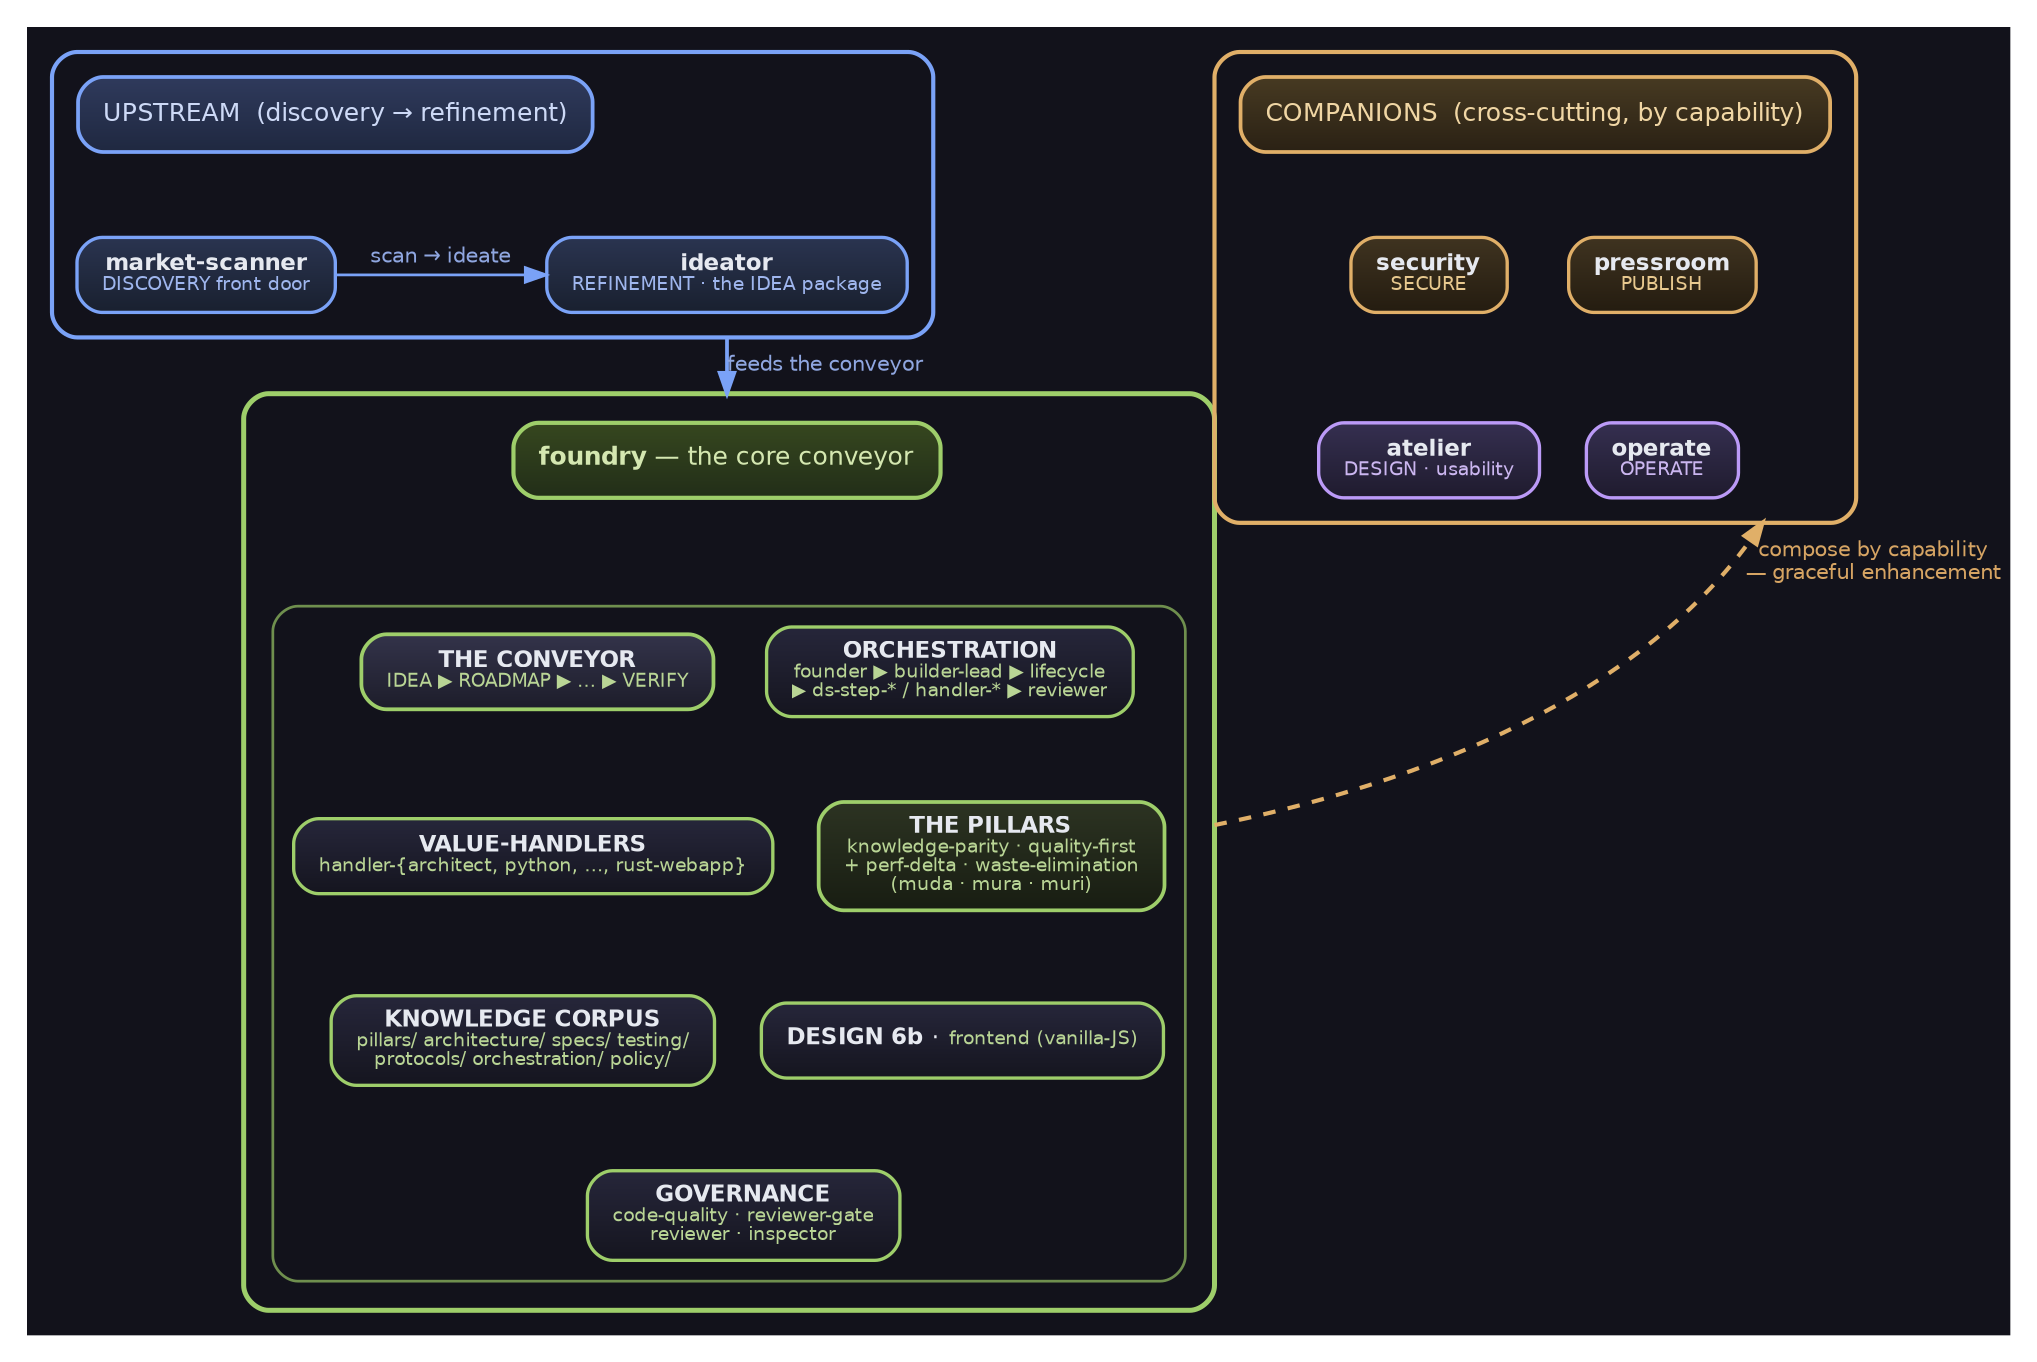
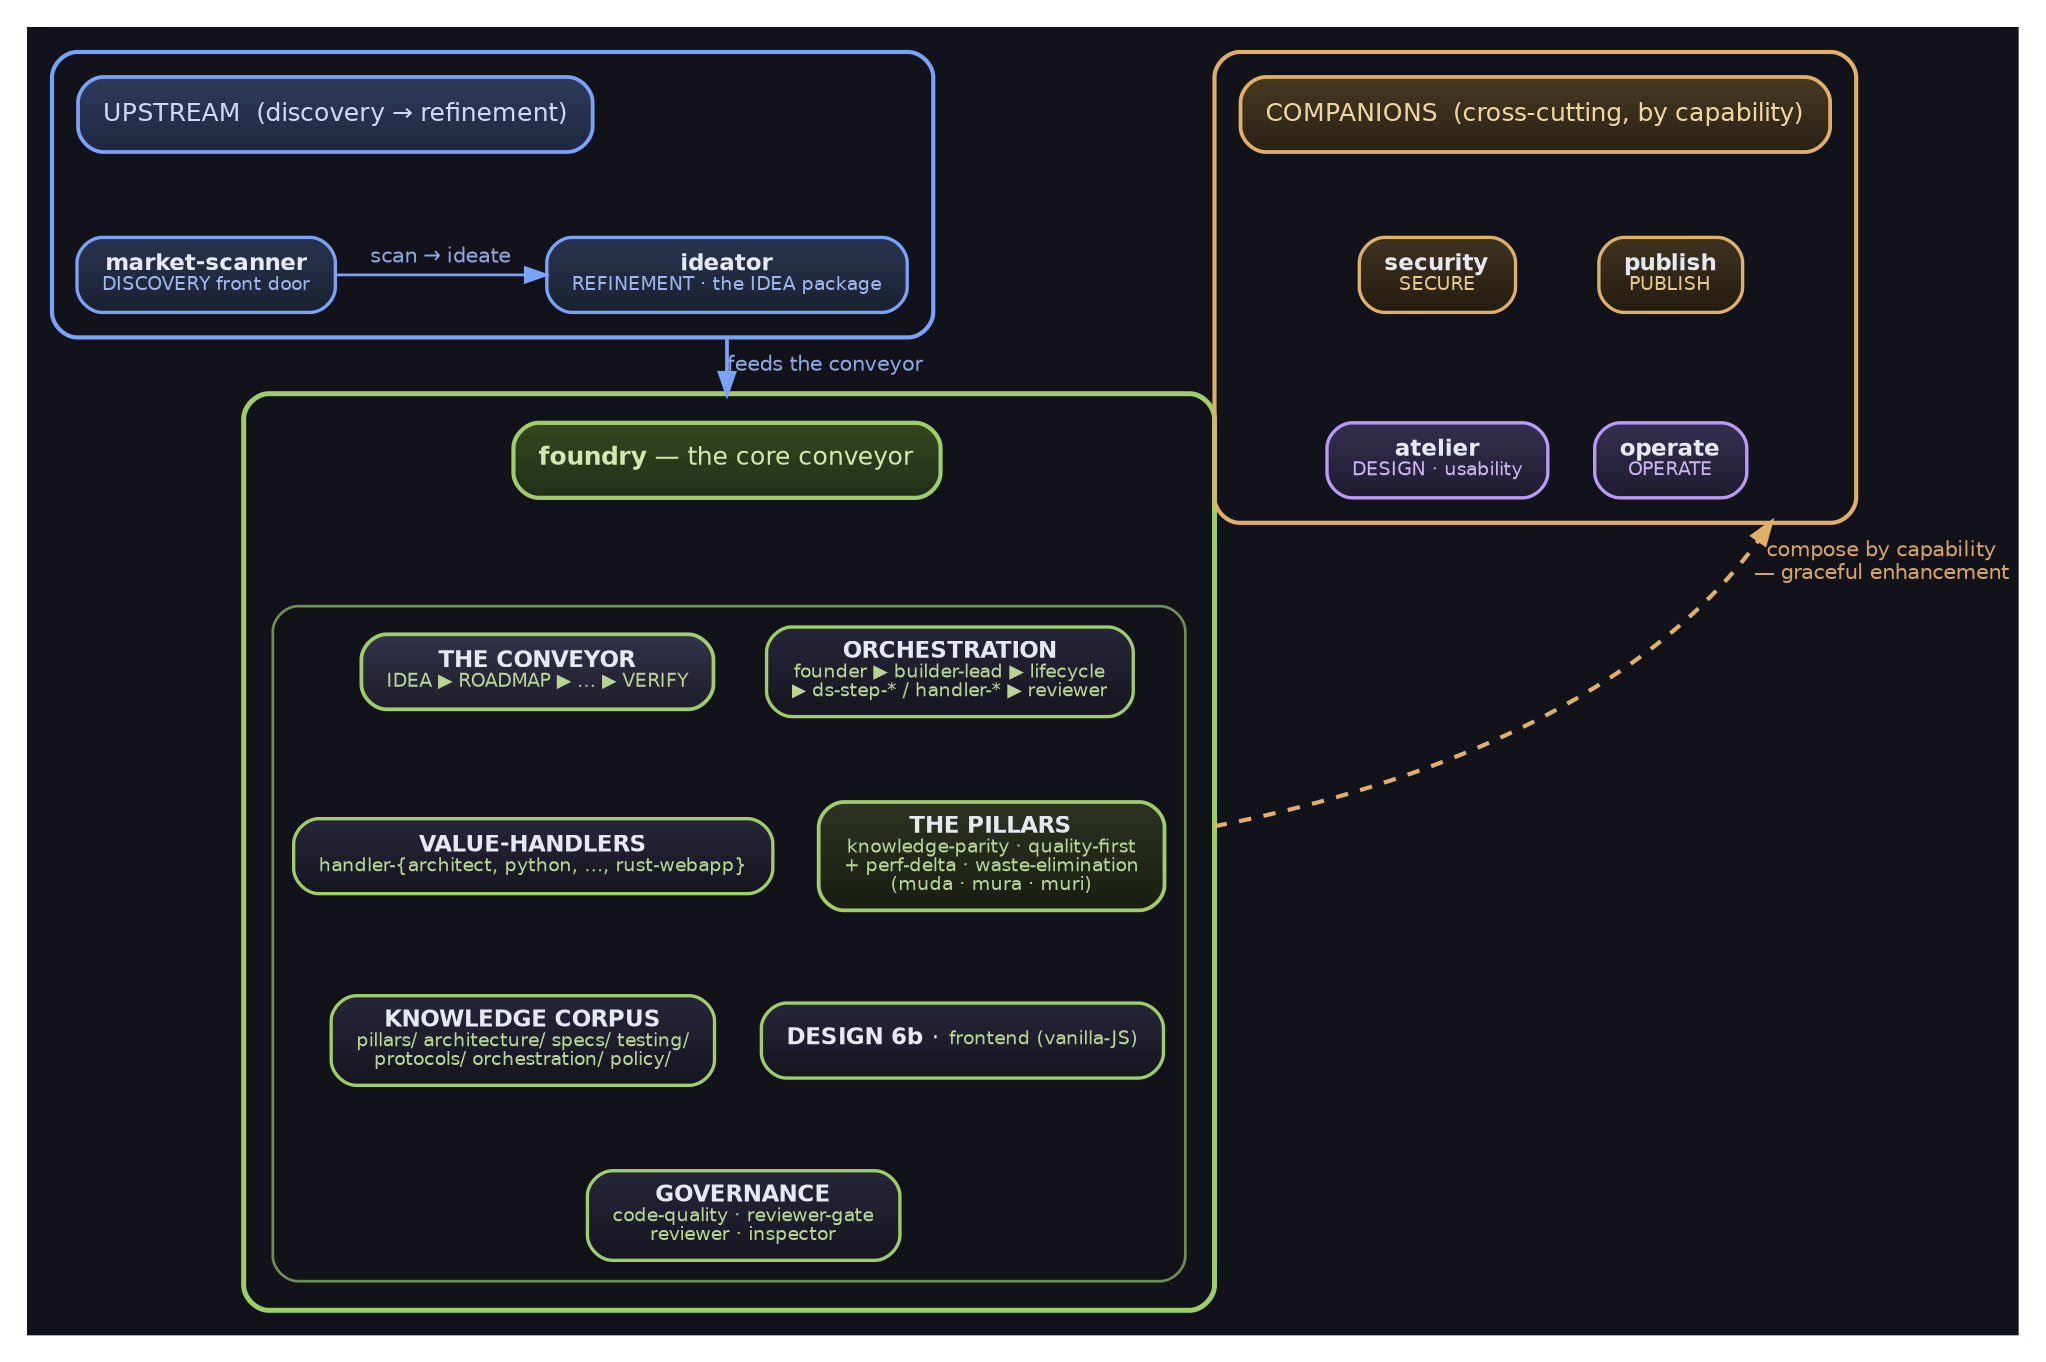
digraph DomainArchB {
  bgcolor="#12121b"
  rankdir=TB
  compound=true
  newrank=true
  nodesep=0.30
  ranksep=0.55
  margin=0.18
  fontname="DejaVu Sans"

  // node default carries a top-lit vertical gradient (lighter top → darker bottom) so every
  // filled box reads as a raised plate (graphviz-native depth; gradientangle=270 = top→bottom).
  node [shape=box, style="filled,rounded", fillcolor="#26263a:#15151f", gradientangle=270,
        color="#9aa2c0", fontcolor="#e6e9f0", fontname="DejaVu Sans", fontsize=11,
        penwidth=1.6, margin="0.16,0.10"]
  edge [color="#9aa2c0", fontcolor="#b8bed0", fontname="DejaVu Sans",
        fontsize=10, penwidth=1.3]

  // Cluster titles ride ON a filled accent chip so the cluster NAME clears BOTH
  // grounds (a plain cluster label on transparent ground washes out on white).

  // ================= UPSTREAM lane (top) =================
  subgraph cluster_upstream {
    label=""
    style="rounded"; color="#7aa2f7"; penwidth=2.0; bgcolor="transparent"; margin=12

    up_title [label="UPSTREAM  (discovery → refinement)", shape=box,
              style="filled,rounded", fillcolor="#2f3a5c:#1f2840", color="#7aa2f7",
              fontcolor="#cdd9f6", fontsize=12, penwidth=1.8]
    scanner [label=<<b>market-scanner</b><br/><font point-size="9" color="#9fb6ee">DISCOVERY front door</font>>,
             fillcolor="#2a3450:#19202f", color="#7aa2f7"]
    ideator [label=<<b>ideator</b><br/><font point-size="9" color="#9fb6ee">REFINEMENT &middot; the IDEA package</font>>,
             fillcolor="#2a3450:#19202f", color="#7aa2f7"]

    // scan → ideate: market-scanner LEFT, ideator RIGHT, arrow points right (reading order)
    { rank=same; scanner; ideator }
    up_title -> scanner [style=invis]
    scanner -> ideator [label="  scan → ideate  ", fontcolor="#8fa6e0", color="#7aa2f7",
                        weight=20]
  }

  // ================= CORE foundry (middle) =================
  subgraph cluster_core {
    label=""
    style="rounded"; color="#9ece6a"; penwidth=2.4; bgcolor="transparent"; margin=14

    core_title [label=<<b>foundry</b> &mdash; the core conveyor>, shape=box,
                style="filled,rounded", fillcolor="#36471f:#222e18", color="#9ece6a",
                fontcolor="#d4e7b0", fontsize=12, penwidth=2.0]

    subgraph cluster_core_cells {
      label=""
      style="rounded"; color="#6f8f4e"; penwidth=1.3; bgcolor="transparent"; margin=10

      cell_conveyor [label=<<b>THE CONVEYOR</b><br/><font point-size="9" color="#b9d595">IDEA ▶ ROADMAP ▶ … ▶ VERIFY</font>>,
                     fillcolor="#33334a:#1d1d2a", color="#9ece6a", penwidth=1.8]
      cell_orch [label=<<b>ORCHESTRATION</b><br/><font point-size="9" color="#b9d595">founder ▶ builder-lead ▶ lifecycle<br/>▶ ds-step-* / handler-* ▶ reviewer</font>>,
                 fillcolor="#26263a:#15151f", color="#9ece6a"]
      cell_handlers [label=<<b>VALUE-HANDLERS</b><br/><font point-size="9" color="#b9d595">handler-{architect, python, &hellip;, rust-webapp}</font>>,
                     fillcolor="#26263a:#15151f", color="#9ece6a"]
      cell_pillars [label=<<b>THE PILLARS</b><br/><font point-size="9" color="#b9d595">knowledge-parity &middot; quality-first<br/>+ perf-delta &middot; waste-elimination<br/>(muda &middot; mura &middot; muri)</font>>,
                    fillcolor="#2c3322:#181d12", color="#9ece6a", penwidth=1.8]
      cell_corpus [label=<<b>KNOWLEDGE CORPUS</b><br/><font point-size="9" color="#b9d595">pillars/ architecture/ specs/ testing/<br/>protocols/ orchestration/ policy/</font>>,
                   fillcolor="#26263a:#15151f", color="#9ece6a"]
      cell_design [label=<<b>DESIGN 6b</b> &middot; <font point-size="9" color="#b9d595">frontend (vanilla-JS)</font>>,
                   fillcolor="#26263a:#15151f", color="#9ece6a"]
      cell_gov [label=<<b>GOVERNANCE</b><br/><font point-size="9" color="#b9d595">code-quality &middot; reviewer-gate<br/>reviewer &middot; inspector</font>>,
                fillcolor="#26263a:#15151f", color="#9ece6a"]

      // fold the 7 cells into a 2-wide grid so the core box stays compact
      { rank=same; cell_conveyor;  cell_orch }
      { rank=same; cell_handlers;  cell_pillars }
      { rank=same; cell_corpus;    cell_design }
      cell_conveyor  -> cell_handlers [style=invis]
      cell_orch      -> cell_pillars  [style=invis]
      cell_handlers  -> cell_corpus   [style=invis]
      cell_pillars   -> cell_design   [style=invis]
      cell_corpus    -> cell_gov      [style=invis]
      cell_design    -> cell_gov      [style=invis]
    }

    core_title -> cell_conveyor [style=invis]
    core_title -> cell_orch     [style=invis]
  }

  // ================= COMPANIONS lane (bottom) =================
  subgraph cluster_companions {
    label=""
    style="rounded"; color="#e0af68"; penwidth=2.0; bgcolor="transparent"; margin=12

    co_title [label="COMPANIONS  (cross-cutting, by capability)", shape=box,
              style="filled,rounded", fillcolor="#473a22:#2a2114", color="#e0af68",
              fontcolor="#f0d6a4", fontsize=12, penwidth=1.8]
    security [label=<<b>security</b><br/><font point-size="9" color="#e8c98f">SECURE</font>>,
              fillcolor="#3f3320:#241c10", color="#e0af68"]
-     pressroom [label=<<b>pressroom</b><br/><font point-size="9" color="#e8c98f">PUBLISH</font>>,
+     publish [label=<<b>publish</b><br/><font point-size="9" color="#e8c98f">PUBLISH</font>>,
               fillcolor="#3f3320:#241c10", color="#e0af68"]
    atelier [label=<<b>atelier</b><br/><font point-size="9" color="#cbb6f0">DESIGN &middot; usability</font>>,
             fillcolor="#352f50:#1f1b2e", color="#bb9af7"]
    mission [label=<<b>operate</b><br/><font point-size="9" color="#cbb6f0">OPERATE</font>>,
             fillcolor="#352f50:#1f1b2e", color="#bb9af7"]

    // clean 2×2 grid DIRECTLY beneath the title bar (no L-shaped spill)
-     { rank=same; security;  pressroom }
+     { rank=same; security;  publish }
    { rank=same; atelier;   mission }
    co_title  -> security  [style=invis]
-     co_title  -> pressroom [style=invis]
+     co_title  -> publish [style=invis]
    security  -> atelier   [style=invis, weight=10]
-     pressroom -> mission   [style=invis, weight=10]
+     publish -> mission   [style=invis, weight=10]
  }

  // ================= cross-lane flow =================
  ideator -> core_title [ltail=cluster_upstream, lhead=cluster_core,
                         label="feeds the conveyor", color="#7aa2f7",
                         fontcolor="#8fa6e0", penwidth=1.8, weight=20]

  // ONE group→group edge: companions cluster cross-cuts the WHOLE foundry.
  // ltail/lhead clip the edge to BOTH cluster boundaries — it terminates on the
  // core BOUNDARY, not a single inner cell, so it reads as whole-foundry enhancement.
  cell_pillars -> security [ltail=cluster_core, lhead=cluster_companions,
                            label="compose by capability\n— graceful enhancement",
                            color="#e0af68", fontcolor="#d6a463", style=dashed,
                            penwidth=2.0, dir=both, arrowtail=none, weight=1,
                            constraint=false]
}
